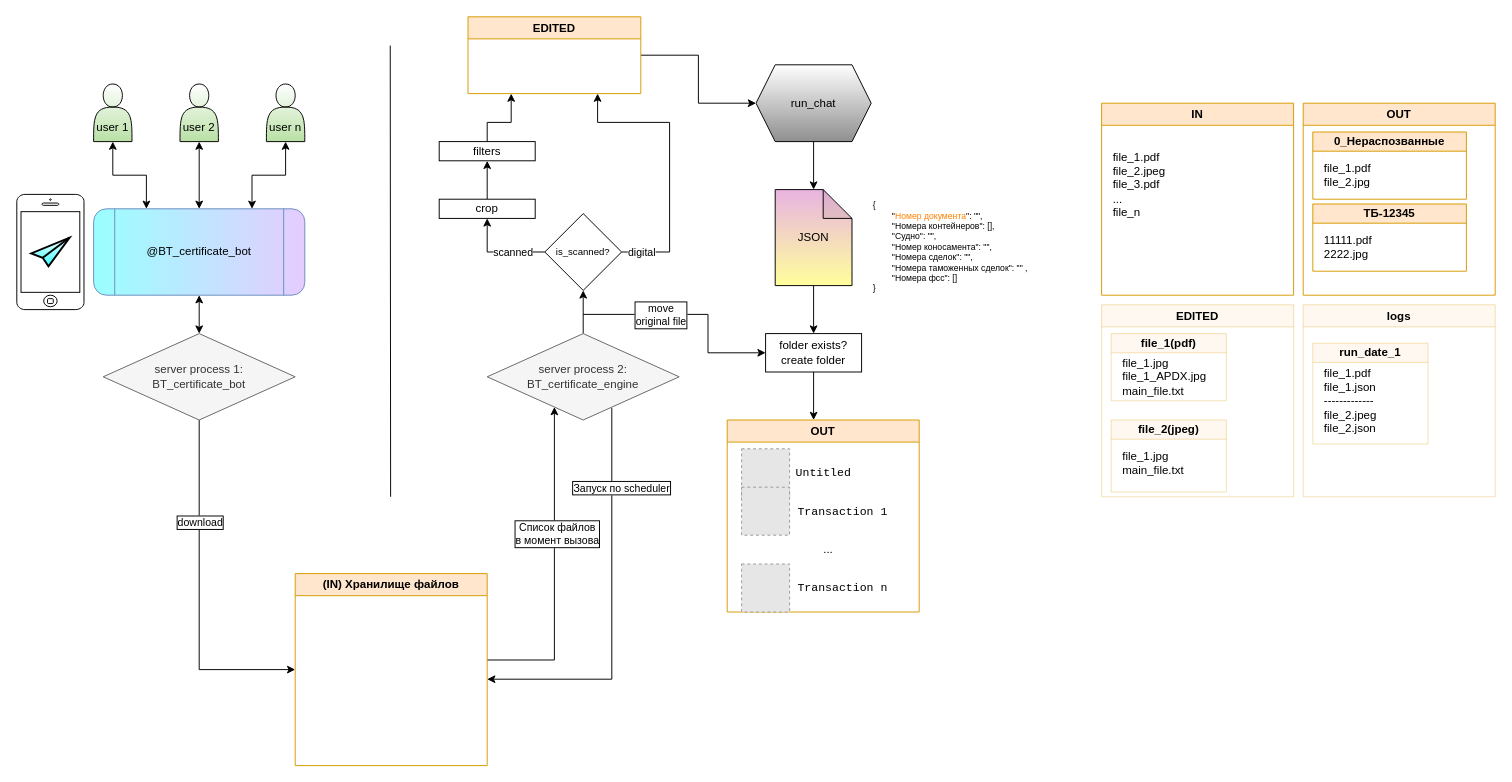
maxfil333/shared keeps this draw.io diagram as SCHEMAS/certificate_bot.drawio. Above is the earlier version. Source tidied: cells renumbered, new cells numbered last; positions are measured from the earlier drawing's top-left corner, leaving out a move shared by most shapes. Both pictures are drawn from the tidied source at 96%, with x=0, y=0 at pixel (16, 16). Pictures stored in the file or linked from it are replaced by grey dashed boxes.
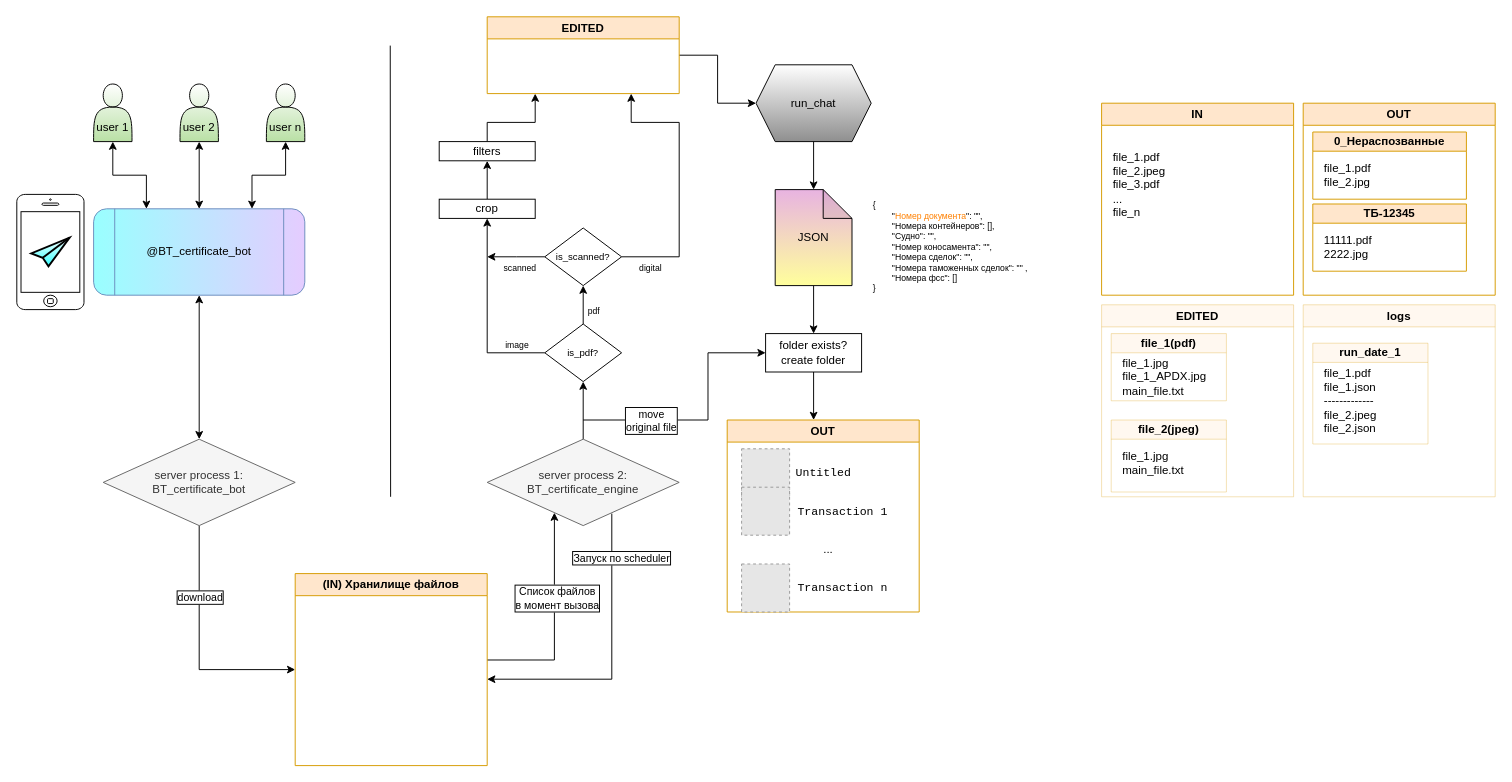
The same page after the edit.

The change refers to these unchanged cells:
```xml
<mxCell id="25" value="crop" style="rounded=0;whiteSpace=wrap;html=1;" parent="1" vertex="1">
  <mxGeometry x="440" y="190" width="100" height="20" as="geometry" />
</mxCell>
<mxCell id="27" value="filters" style="rounded=0;whiteSpace=wrap;html=1;" parent="1" vertex="1">
  <mxGeometry x="440" y="130" width="100" height="20" as="geometry" />
</mxCell>
<mxCell id="36" value="folder exists?&lt;div&gt;create folder&lt;/div&gt;" style="rounded=0;whiteSpace=wrap;html=1;" parent="1" vertex="1">
  <mxGeometry x="780" y="330" width="100" height="40" as="geometry" />
</mxCell>
```

What changed in the source:
```diff
@@
     <mxCell id="11" value="&lt;div&gt;server process 1:&lt;/div&gt;BT_certificate_bot" style="rhombus;whiteSpace=wrap;html=1;fillColor=#f5f5f5;fontColor=#333333;strokeColor=#666666;" parent="1" vertex="1">
-      <mxGeometry x="90" y="330" width="200" height="90" as="geometry" />
+      <mxGeometry x="90" y="440" width="200" height="90" as="geometry" />
     </mxCell>
@@
-    <mxCell id="20" style="edgeStyle=orthogonalEdgeStyle;rounded=0;jettySize=auto;html=1;entryX=0.5;entryY=1;entryDx=0;entryDy=0;flowAnimation=1;" parent="1" edge="1" source="23" target="65">
+    <mxCell id="20" style="edgeStyle=orthogonalEdgeStyle;rounded=0;jettySize=auto;html=1;entryX=0.5;entryY=1;entryDx=0;entryDy=0;flowAnimation=1;" parent="1" edge="1" source="23" target="70">
       <mxGeometry relative="1" as="geometry" />
     </mxCell>
     <mxCell id="21" style="edgeStyle=orthogonalEdgeStyle;rounded=0;jettySize=auto;html=1;entryX=0;entryY=0.5;entryDx=0;entryDy=0;flowAnimation=1;" parent="1" edge="1" target="36">
       <mxGeometry relative="1" as="geometry">
-        <mxPoint x="590" y="310" as="sourcePoint" />
+        <mxPoint x="590" y="420" as="sourcePoint" />
         <Array as="points">
-          <mxPoint x="720" y="310" />
+          <mxPoint x="720" y="420" />
           <mxPoint x="720" y="350" />
         </Array>
       </mxGeometry>
     </mxCell>
     <mxCell id="22" value="&lt;div&gt;move&lt;/div&gt;original file" style="edgeLabel;html=1;align=center;verticalAlign=middle;labelBorderColor=default;" parent="21" vertex="1">
       <mxGeometry x="-0.17" relative="1" as="geometry">
-        <mxPoint x="-15" as="offset" />
+        <mxPoint x="-38" as="offset" />
       </mxGeometry>
     </mxCell>
     <mxCell id="23" value="&lt;div&gt;server process 2:&lt;/div&gt;BT_certificate_engine" style="rhombus;whiteSpace=wrap;html=1;fillColor=#f5f5f5;fontColor=#333333;strokeColor=#666666;" parent="1" vertex="1">
-      <mxGeometry x="490" y="330" width="200" height="90" as="geometry" />
+      <mxGeometry x="490" y="440" width="200" height="90" as="geometry" />
     </mxCell>
@@
     <mxCell id="26" style="edgeStyle=orthogonalEdgeStyle;rounded=0;jettySize=auto;html=1;entryX=0.25;entryY=1;entryDx=0;entryDy=0;flowAnimation=1;" parent="1" edge="1" source="27" target="29">
       <mxGeometry relative="1" as="geometry">
         <Array as="points">
           <mxPoint x="490" y="110" />
-          <mxPoint x="515" y="110" />
+          <mxPoint x="540" y="110" />
         </Array>
       </mxGeometry>
     </mxCell>
@@
     <mxCell id="29" value="EDITED" style="swimlane;whiteSpace=wrap;html=1;fillColor=#ffe6cc;strokeColor=#d79b00;" parent="1" vertex="1">
-      <mxGeometry x="470" width="180" height="80" as="geometry" />
+      <mxGeometry x="490" width="200" height="80" as="geometry" />
     </mxCell>
@@
-    <mxCell id="61" style="edgeStyle=orthogonalEdgeStyle;rounded=0;jettySize=auto;html=1;entryX=0.5;entryY=1;entryDx=0;entryDy=0;flowAnimation=1;" parent="1" edge="1" source="65" target="25">
-      <mxGeometry relative="1" as="geometry" />
+    <mxCell id="61" style="edgeStyle=orthogonalEdgeStyle;rounded=0;jettySize=auto;html=1;flowAnimation=1;" parent="1" edge="1" source="65">
+      <mxGeometry relative="1" as="geometry">
+        <mxPoint x="490" y="250" as="targetPoint" />
+      </mxGeometry>
     </mxCell>
-    <mxCell id="62" value="scanned" style="edgeLabel;html=1;align=center;verticalAlign=middle;" parent="61" vertex="1">
-      <mxGeometry x="-0.29" relative="1" as="geometry" />
+    <mxCell id="62" value="&lt;font style=&quot;font-size: 9px;&quot;&gt;scanned&lt;/font&gt;" style="edgeLabel;html=1;align=center;verticalAlign=middle;" parent="61" vertex="1">
+      <mxGeometry x="-0.29" relative="1" as="geometry">
+        <mxPoint x="-6" y="10" as="offset" />
+      </mxGeometry>
     </mxCell>
-    <mxCell id="63" style="edgeStyle=orthogonalEdgeStyle;rounded=0;jettySize=auto;html=1;flowAnimation=1;entryX=0.75;entryY=1;entryDx=0;entryDy=0;" parent="1" edge="1" source="65" target="29">
+    <mxCell id="63" style="edgeStyle=orthogonalEdgeStyle;rounded=0;jettySize=auto;html=1;flowAnimation=1;entryX=0.75;entryY=1;entryDx=0;entryDy=0;exitX=1;exitY=0.5;exitDx=0;exitDy=0;" parent="1" edge="1" source="65" target="29">
       <mxGeometry relative="1" as="geometry">
         <Array as="points">
-          <mxPoint x="680" y="245" />
-          <mxPoint x="680" y="110" />
-          <mxPoint x="605" y="110" />
+          <mxPoint x="690" y="250" />
+          <mxPoint x="690" y="110" />
+          <mxPoint x="640" y="110" />
         </Array>
       </mxGeometry>
     </mxCell>
-    <mxCell id="64" value="digital" style="edgeLabel;html=1;align=center;verticalAlign=middle;" parent="63" vertex="1">
+    <mxCell id="64" value="&lt;font style=&quot;font-size: 9px;&quot;&gt;digital&lt;/font&gt;" style="edgeLabel;html=1;align=center;verticalAlign=middle;" parent="63" vertex="1">
       <mxGeometry x="-0.6" y="-2" relative="1" as="geometry">
-        <mxPoint x="-32" y="8" as="offset" />
+        <mxPoint x="-27" y="8" as="offset" />
       </mxGeometry>
     </mxCell>
     <mxCell id="65" value="&lt;font style=&quot;font-size: 10px;&quot;&gt;is_scanned?&lt;/font&gt;" style="rhombus;whiteSpace=wrap;html=1;" parent="1" vertex="1">
-      <mxGeometry x="550" y="205" width="80" height="80" as="geometry" />
+      <mxGeometry x="550" y="220" width="80" height="60" as="geometry" />
     </mxCell>
+    <mxCell id="66" style="edgeStyle=orthogonalEdgeStyle;rounded=0;jettySize=auto;html=1;entryX=0.5;entryY=1;entryDx=0;entryDy=0;flowAnimation=1;" parent="1" edge="1" source="70" target="65">
+      <mxGeometry relative="1" as="geometry" />
+    </mxCell>
+    <mxCell id="67" value="&lt;font style=&quot;font-size: 9px;&quot;&gt;pdf&lt;/font&gt;" style="edgeLabel;html=1;align=center;verticalAlign=middle;" parent="66" vertex="1">
+      <mxGeometry x="-0.31" relative="1" as="geometry">
+        <mxPoint x="10" y="-1" as="offset" />
+      </mxGeometry>
+    </mxCell>
+    <mxCell id="68" style="edgeStyle=orthogonalEdgeStyle;rounded=0;jettySize=auto;html=1;entryX=0.5;entryY=1;entryDx=0;entryDy=0;flowAnimation=1;" parent="1" edge="1" source="70" target="25">
+      <mxGeometry relative="1" as="geometry" />
+    </mxCell>
+    <mxCell id="69" value="&lt;font style=&quot;font-size: 9px;&quot;&gt;image&lt;/font&gt;" style="edgeLabel;html=1;align=center;verticalAlign=middle;" parent="68" vertex="1">
+      <mxGeometry x="-0.72" relative="1" as="geometry">
+        <mxPoint x="-2" y="-10" as="offset" />
+      </mxGeometry>
+    </mxCell>
+    <mxCell id="70" value="&lt;font style=&quot;font-size: 10px;&quot;&gt;is_pdf?&lt;/font&gt;" style="rhombus;whiteSpace=wrap;html=1;" parent="1" vertex="1">
+      <mxGeometry x="550" y="320" width="80" height="60" as="geometry" />
+    </mxCell>
```
